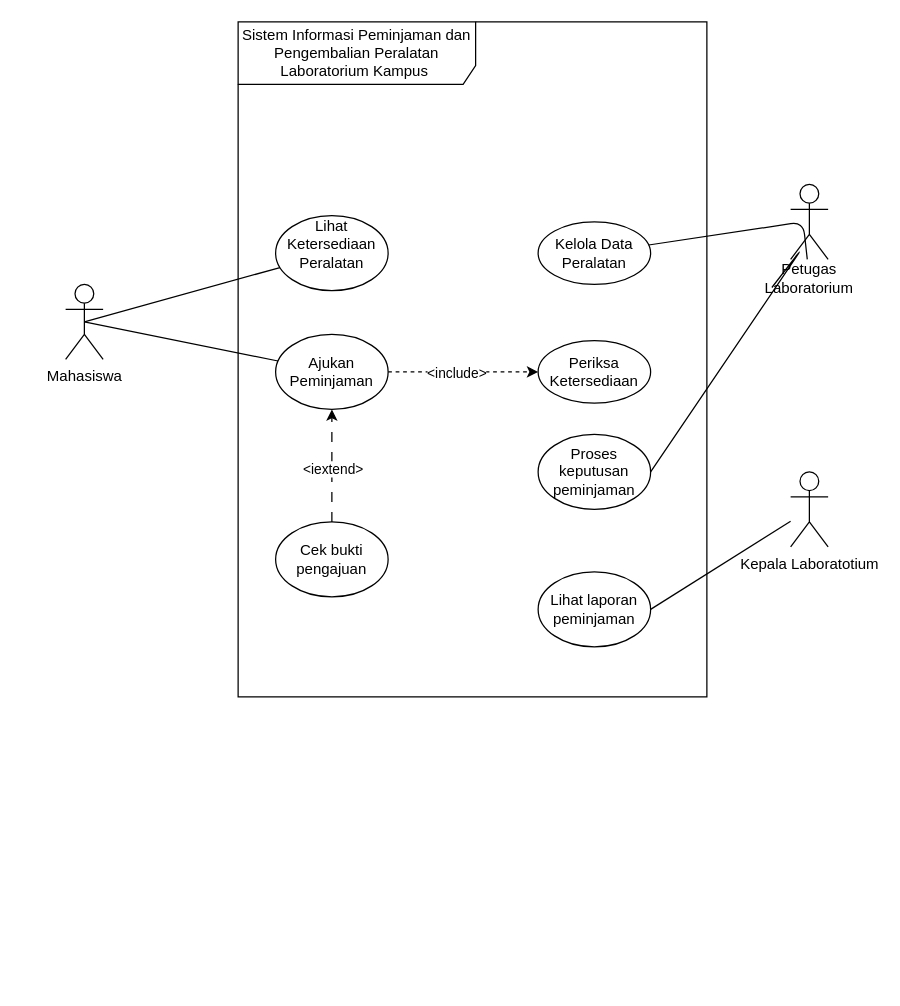
The draw.io diagram 03_latihan_tools/P03/LAB/P03_2406069_LAB_usecase_v01.drawio in bylall/IFRWP5149_2406069_LabAlat, before the edit. Source tidied: cells renumbered, new cells numbered last; positions are measured from the earlier drawing's top-left corner, leaving out a move shared by most shapes. Both pictures are drawn from the tidied source at 125%, with x=0, y=0 at pixel (65, 21).
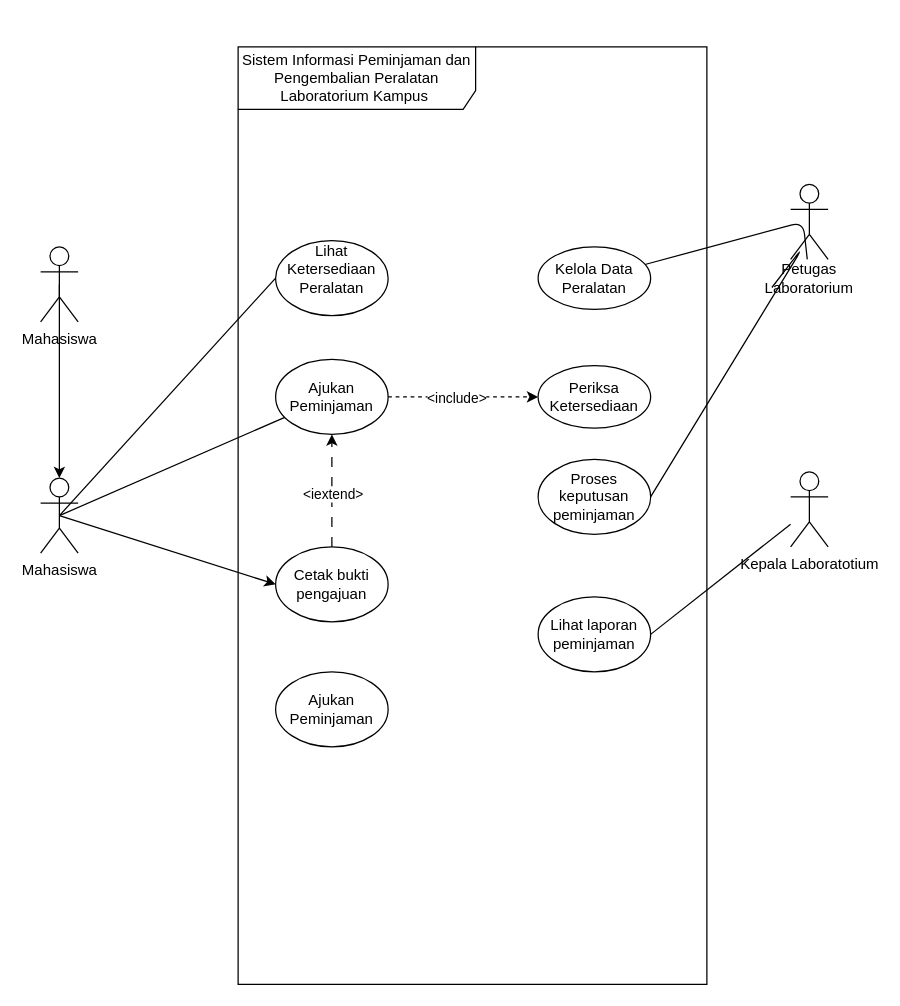
Above is the later version.

Unchanged cells that the change refers to:
```xml
<mxCell id="3" value="Lihat Ketersediaan Peralatan&lt;div&gt;&lt;br&gt;&lt;/div&gt;" style="ellipse;html=1;whiteSpace=wrap;" parent="2" vertex="1">
  <mxGeometry x="30" y="155" width="90" height="60" as="geometry" />
</mxCell>
<mxCell id="7" value="Ajukan Peminjaman" style="ellipse;html=1;whiteSpace=wrap;" parent="2" vertex="1">
  <mxGeometry x="30" y="250" width="90" height="60" as="geometry" />
</mxCell>
```

Diff of the diagram source:
```diff
@@
     <mxCell id="2" value="Sistem Informasi Peminjaman dan Pengembalian Peralatan Laboratorium Kampus&amp;nbsp;" style="shape=umlFrame;whiteSpace=wrap;html=1;width=190;height=50;" parent="1" vertex="1">
-      <mxGeometry x="138" width="375" height="540" as="geometry" />
+      <mxGeometry x="138" y="20" width="375" height="750" as="geometry" />
     </mxCell>
@@
-    <mxCell id="10" value="Cek bukti pengajuan" style="ellipse;html=1;whiteSpace=wrap;" parent="2" vertex="1">
+    <mxCell id="10" value="Cetak bukti pengajuan" style="ellipse;html=1;whiteSpace=wrap;" parent="2" vertex="1">
       <mxGeometry x="30" y="400" width="90" height="60" as="geometry" />
     </mxCell>
@@
+    <mxCell id="23" value="Ajukan Peminjaman" style="ellipse;html=1;whiteSpace=wrap;" parent="2" vertex="1">
+      <mxGeometry x="30" y="500" width="90" height="60" as="geometry" />
+    </mxCell>
-    <mxCell id="14" style="edgeStyle=none;html=1;exitX=0.5;exitY=0.5;exitDx=0;exitDy=0;exitPerimeter=0;endArrow=none;endFill=0;" parent="1" edge="1" source="16" target="3">
+    <mxCell id="14" style="edgeStyle=none;html=1;exitX=0.5;exitY=0.5;exitDx=0;exitDy=0;exitPerimeter=0;endArrow=none;endFill=0;" parent="1" edge="1" source="25" target="7">
       <mxGeometry relative="1" as="geometry" />
     </mxCell>
-    <mxCell id="15" style="edgeStyle=none;html=1;exitX=0.5;exitY=0.5;exitDx=0;exitDy=0;exitPerimeter=0;endArrow=none;endFill=0;" parent="1" edge="1" source="16" target="7">
-      <mxGeometry relative="1" as="geometry" />
+    <mxCell id="15" style="edgeStyle=none;html=1;exitX=0.5;exitY=0.5;exitDx=0;exitDy=0;exitPerimeter=0;endArrow=none;endFill=0;entryX=0;entryY=0.5;entryDx=0;entryDy=0;" parent="1" edge="1" source="25" target="3">
+      <mxGeometry x="0.28" relative="1" as="geometry" />
     </mxCell>
     <mxCell id="16" value="Mahasiswa" style="shape=umlActor;verticalLabelPosition=bottom;verticalAlign=top;html=1;" parent="1" vertex="1">
-      <mxGeometry y="210" width="30" height="60" as="geometry" />
+      <mxGeometry x="-20" y="180" width="30" height="60" as="geometry" />
     </mxCell>
@@
+    <mxCell id="24" style="edgeStyle=none;html=1;entryX=0;entryY=0.5;entryDx=0;entryDy=0;exitX=0.5;exitY=0.5;exitDx=0;exitDy=0;exitPerimeter=0;" parent="1" edge="1" source="25" target="10">
+      <mxGeometry relative="1" as="geometry" />
+    </mxCell>
+    <mxCell id="25" value="Mahasiswa" style="shape=umlActor;verticalLabelPosition=bottom;verticalAlign=top;html=1;" parent="1" vertex="1">
+      <mxGeometry x="-20" y="365" width="30" height="60" as="geometry" />
+    </mxCell>
+    <mxCell id="26" style="edgeStyle=none;html=1;exitX=0.5;exitY=0.5;exitDx=0;exitDy=0;exitPerimeter=0;entryX=0.5;entryY=0;entryDx=0;entryDy=0;entryPerimeter=0;" parent="1" edge="1" source="16" target="25">
+      <mxGeometry relative="1" as="geometry" />
+    </mxCell>
```
